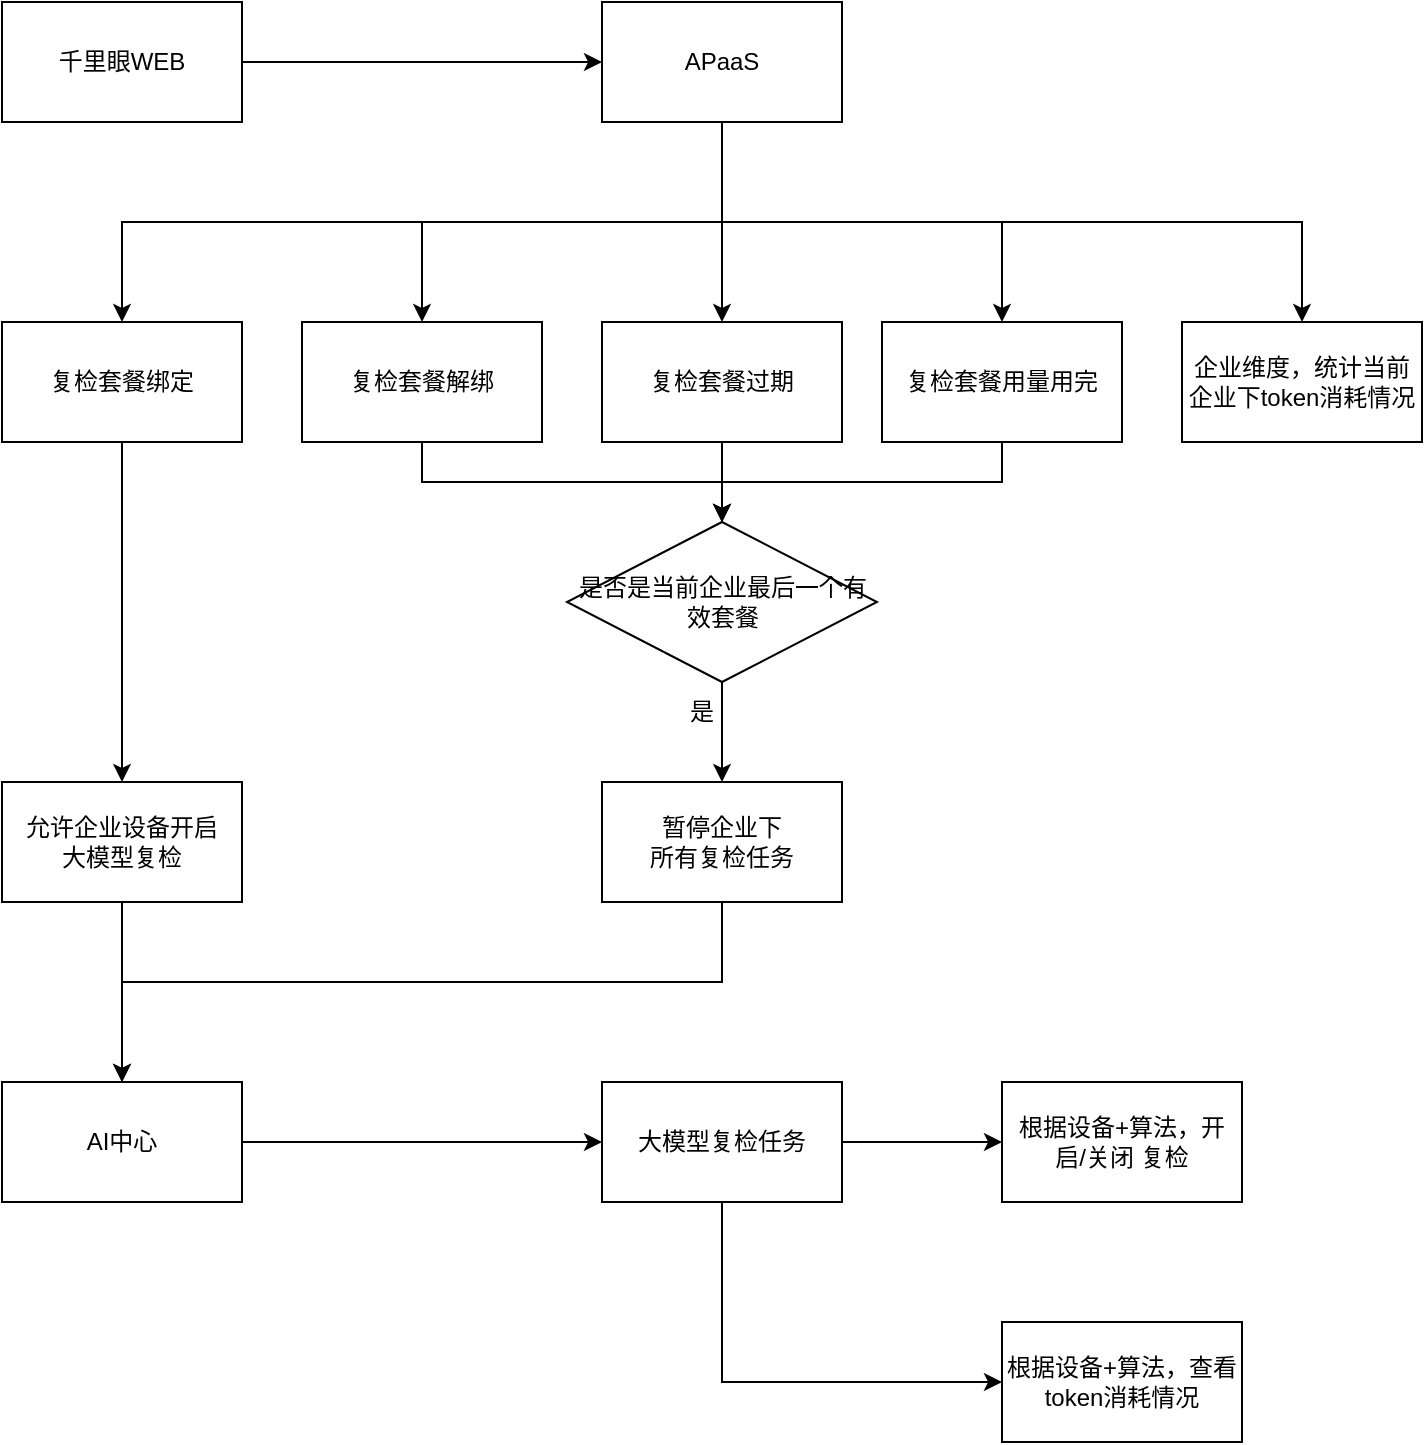
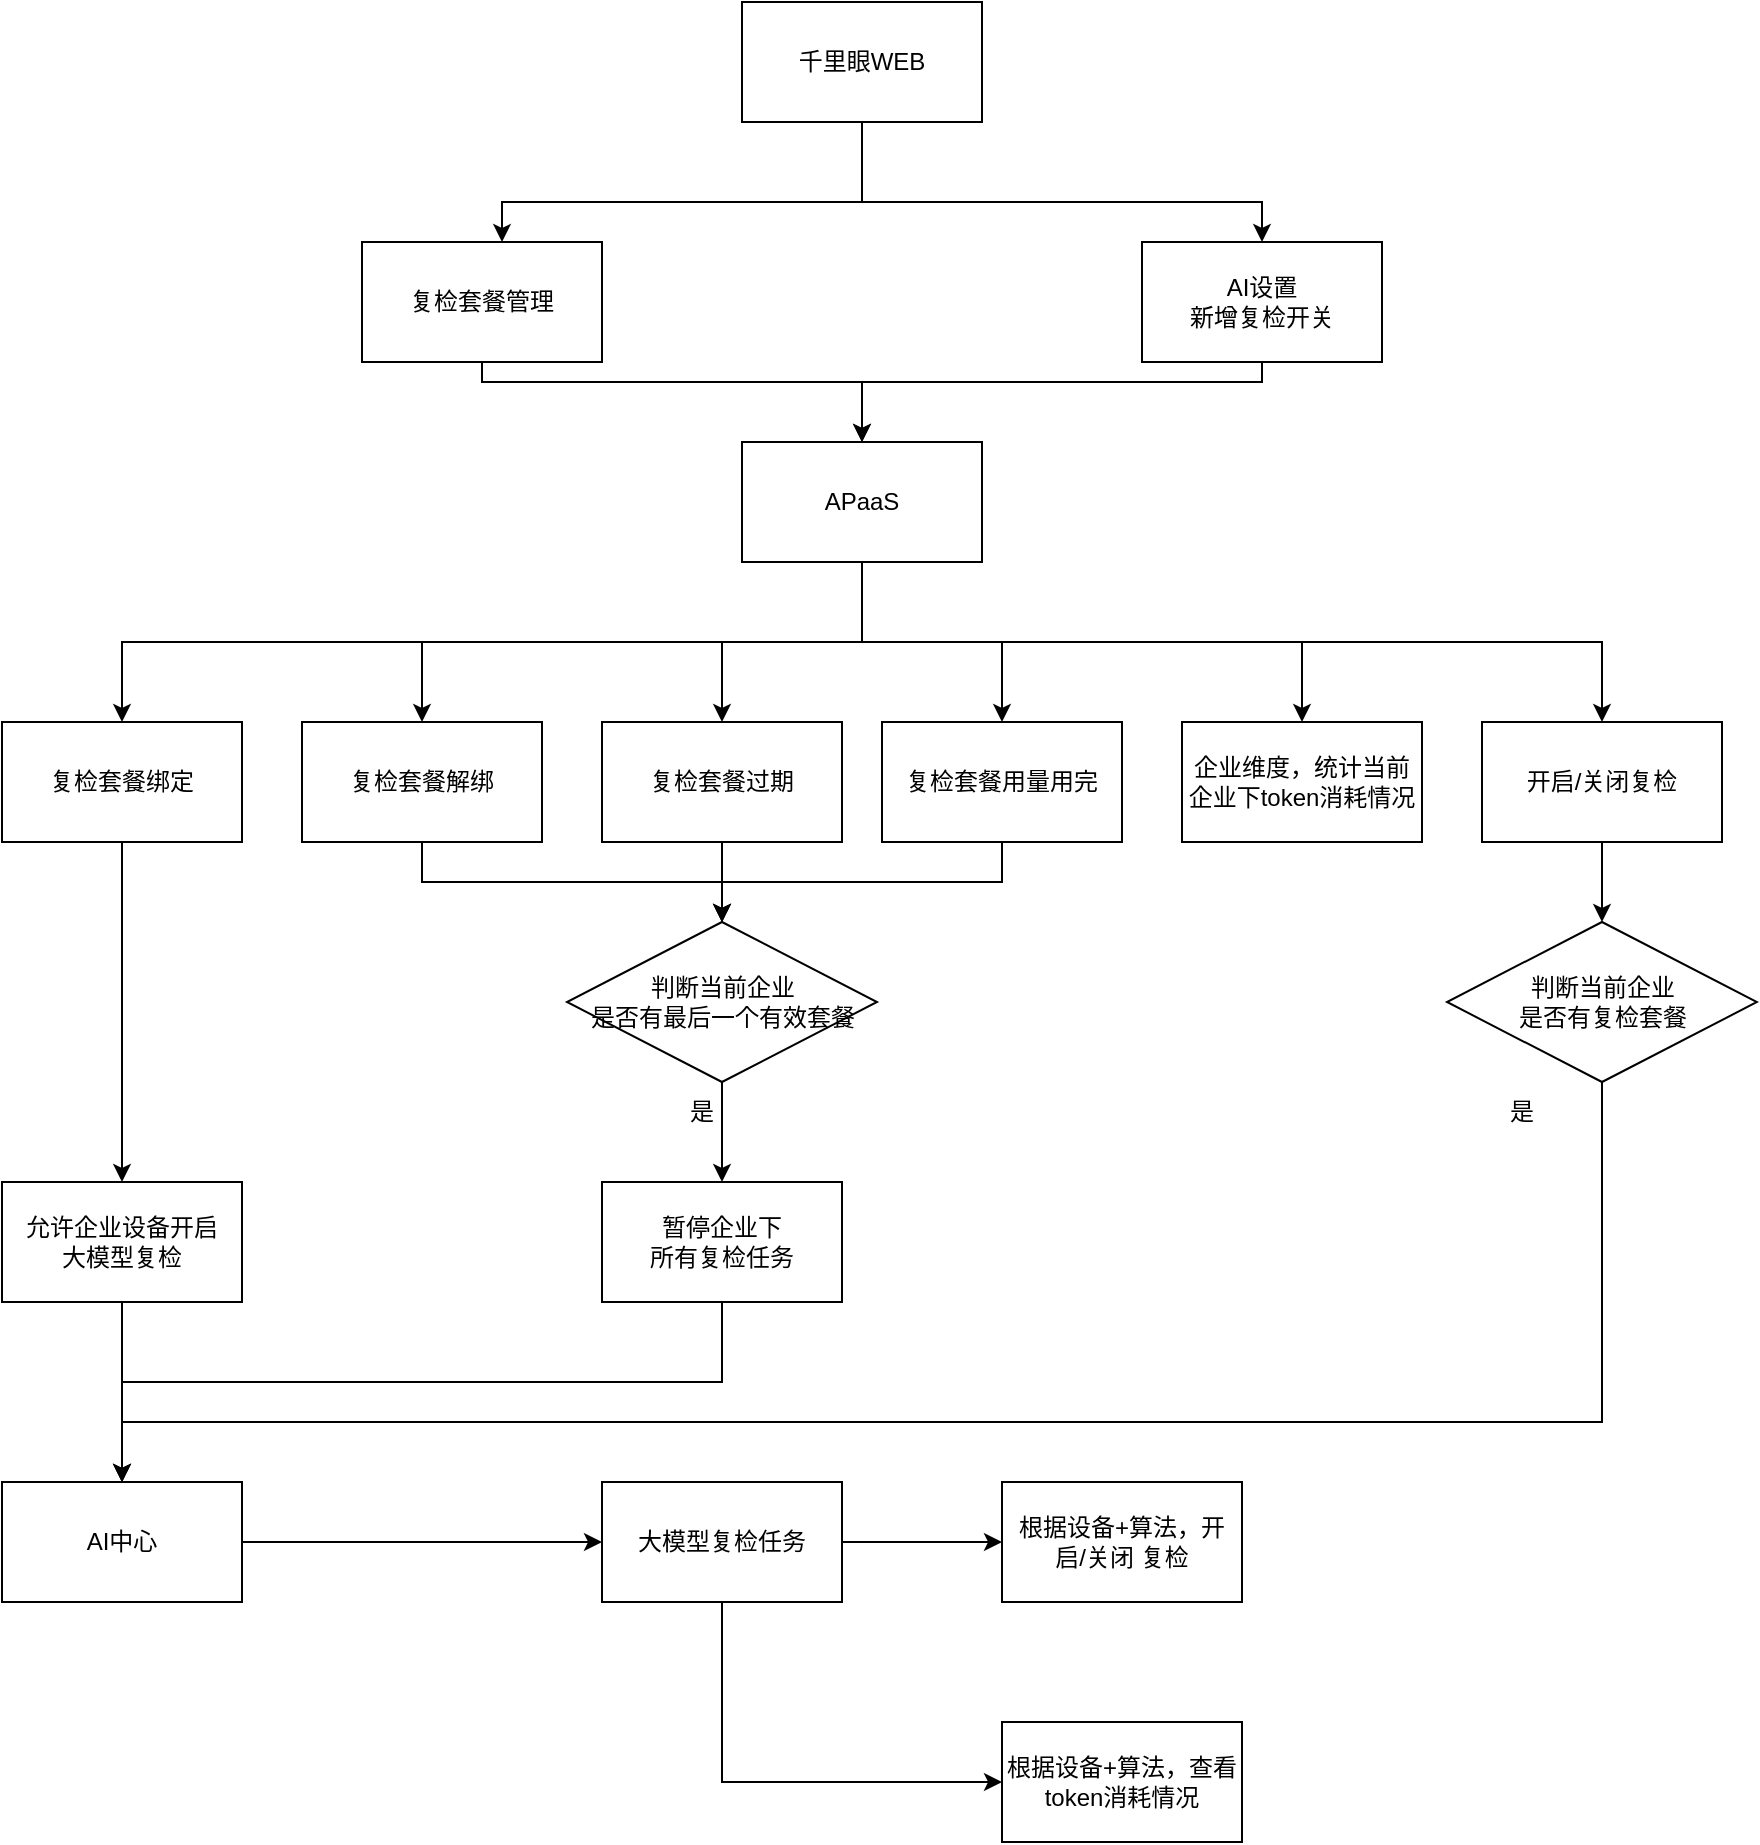
<mxfile host="app.diagrams.net">
  <diagram name="第 1 页" id="B7ahN9cDKbozdCwhIITV">
-     <mxGraphModel dx="999" dy="2343" grid="1" gridSize="10" guides="1" tooltips="1" connect="1" arrows="1" fold="1" page="1" pageScale="1" pageWidth="827" pageHeight="1169" math="0" shadow="0">
+     <mxGraphModel dx="1191" dy="679" grid="1" gridSize="10" guides="1" tooltips="1" connect="1" arrows="1" fold="1" page="1" pageScale="1" pageWidth="827" pageHeight="1169" math="0" shadow="0">
      <root>
        <mxCell id="0" />
        <mxCell id="1" parent="0" />
-         <mxCell id="jgY99621CtuC86DU_Nq7-3" edge="1" parent="1" source="jgY99621CtuC86DU_Nq7-1" style="edgeStyle=orthogonalEdgeStyle;rounded=0;orthogonalLoop=1;jettySize=auto;html=1;" target="jgY99621CtuC86DU_Nq7-2" value="">
-           <mxGeometry relative="1" as="geometry" />
-         </mxCell>
-         <mxCell id="jgY99621CtuC86DU_Nq7-1" parent="1" style="rounded=0;whiteSpace=wrap;html=1;" value="千里眼WEB" vertex="1">
-           <mxGeometry height="60" width="120" x="50" y="220" as="geometry" />
-         </mxCell>
-         <mxCell id="jgY99621CtuC86DU_Nq7-13" edge="1" parent="1" source="jgY99621CtuC86DU_Nq7-2" style="edgeStyle=orthogonalEdgeStyle;rounded=0;orthogonalLoop=1;jettySize=auto;html=1;" target="jgY99621CtuC86DU_Nq7-12" value="">
+         <mxCell id="52GMIBf7cYbBIfFNqWJS-27" edge="1" parent="1" source="jgY99621CtuC86DU_Nq7-1" style="edgeStyle=orthogonalEdgeStyle;rounded=0;orthogonalLoop=1;jettySize=auto;html=1;" target="52GMIBf7cYbBIfFNqWJS-26" value="">
          <mxGeometry relative="1" as="geometry">
            <Array as="points">
-               <mxPoint x="410" y="330" />
-               <mxPoint x="110" y="330" />
+               <mxPoint x="480" y="120" />
+               <mxPoint x="300" y="120" />
            </Array>
          </mxGeometry>
        </mxCell>
-         <mxCell id="52GMIBf7cYbBIfFNqWJS-2" edge="1" parent="1" source="jgY99621CtuC86DU_Nq7-2" style="edgeStyle=orthogonalEdgeStyle;rounded=0;orthogonalLoop=1;jettySize=auto;html=1;entryX=0.5;entryY=0;entryDx=0;entryDy=0;" target="52GMIBf7cYbBIfFNqWJS-1">
+         <mxCell id="52GMIBf7cYbBIfFNqWJS-29" edge="1" parent="1" source="jgY99621CtuC86DU_Nq7-1" style="edgeStyle=orthogonalEdgeStyle;rounded=0;orthogonalLoop=1;jettySize=auto;html=1;" target="52GMIBf7cYbBIfFNqWJS-28">
          <mxGeometry relative="1" as="geometry">
            <Array as="points">
-               <mxPoint x="410" y="330" />
-               <mxPoint x="260" y="330" />
+               <mxPoint x="480" y="120" />
+               <mxPoint x="680" y="120" />
            </Array>
          </mxGeometry>
        </mxCell>
+         <mxCell id="jgY99621CtuC86DU_Nq7-1" parent="1" style="rounded=0;whiteSpace=wrap;html=1;" value="千里眼WEB" vertex="1">
+           <mxGeometry height="60" width="120" x="420" y="20" as="geometry" />
+         </mxCell>
        <mxCell id="52GMIBf7cYbBIfFNqWJS-6" edge="1" parent="1" source="jgY99621CtuC86DU_Nq7-2" style="edgeStyle=orthogonalEdgeStyle;rounded=0;orthogonalLoop=1;jettySize=auto;html=1;entryX=0.5;entryY=0;entryDx=0;entryDy=0;exitX=0.5;exitY=1;exitDx=0;exitDy=0;" target="52GMIBf7cYbBIfFNqWJS-5">
          <mxGeometry relative="1" as="geometry">
+             <Array as="points">
+               <mxPoint x="480" y="340" />
+               <mxPoint x="410" y="340" />
+             </Array>
            <mxPoint x="380" y="340" as="sourcePoint" />
            <mxPoint x="510" y="470" as="targetPoint" />
          </mxGeometry>
        </mxCell>
-         <mxCell id="52GMIBf7cYbBIfFNqWJS-15" edge="1" parent="1" source="jgY99621CtuC86DU_Nq7-2" style="edgeStyle=orthogonalEdgeStyle;rounded=0;orthogonalLoop=1;jettySize=auto;html=1;" target="52GMIBf7cYbBIfFNqWJS-14">
+         <mxCell id="52GMIBf7cYbBIfFNqWJS-34" edge="1" parent="1" source="jgY99621CtuC86DU_Nq7-2" style="edgeStyle=orthogonalEdgeStyle;rounded=0;orthogonalLoop=1;jettySize=auto;html=1;entryX=0.5;entryY=0;entryDx=0;entryDy=0;" target="52GMIBf7cYbBIfFNqWJS-33">
          <mxGeometry relative="1" as="geometry">
            <Array as="points">
-               <mxPoint x="410" y="330" />
-               <mxPoint x="550" y="330" />
+               <mxPoint x="480" y="340" />
+               <mxPoint x="850" y="340" />
            </Array>
          </mxGeometry>
        </mxCell>
-         <mxCell id="52GMIBf7cYbBIfFNqWJS-25" edge="1" parent="1" source="jgY99621CtuC86DU_Nq7-2" style="edgeStyle=orthogonalEdgeStyle;rounded=0;orthogonalLoop=1;jettySize=auto;html=1;" target="52GMIBf7cYbBIfFNqWJS-24" value="">
-           <mxGeometry relative="1" as="geometry">
-             <Array as="points">
-               <mxPoint x="410" y="330" />
-               <mxPoint x="700" y="330" />
-             </Array>
-           </mxGeometry>
+         <mxCell id="52GMIBf7cYbBIfFNqWJS-53" edge="1" parent="1" source="jgY99621CtuC86DU_Nq7-2" style="edgeStyle=orthogonalEdgeStyle;rounded=0;orthogonalLoop=1;jettySize=auto;html=1;exitX=0.5;exitY=1;exitDx=0;exitDy=0;" target="52GMIBf7cYbBIfFNqWJS-14">
+           <mxGeometry relative="1" as="geometry" />
+         </mxCell>
+         <mxCell id="52GMIBf7cYbBIfFNqWJS-54" edge="1" parent="1" source="jgY99621CtuC86DU_Nq7-2" style="edgeStyle=orthogonalEdgeStyle;rounded=0;orthogonalLoop=1;jettySize=auto;html=1;exitX=0.5;exitY=1;exitDx=0;exitDy=0;" target="52GMIBf7cYbBIfFNqWJS-24">
+           <mxGeometry relative="1" as="geometry" />
+         </mxCell>
+         <mxCell id="52GMIBf7cYbBIfFNqWJS-55" edge="1" parent="1" source="jgY99621CtuC86DU_Nq7-2" style="edgeStyle=orthogonalEdgeStyle;rounded=0;orthogonalLoop=1;jettySize=auto;html=1;exitX=0.5;exitY=1;exitDx=0;exitDy=0;entryX=0.5;entryY=0;entryDx=0;entryDy=0;" target="52GMIBf7cYbBIfFNqWJS-1">
+           <mxGeometry relative="1" as="geometry" />
+         </mxCell>
+         <mxCell id="52GMIBf7cYbBIfFNqWJS-56" edge="1" parent="1" source="jgY99621CtuC86DU_Nq7-2" style="edgeStyle=orthogonalEdgeStyle;rounded=0;orthogonalLoop=1;jettySize=auto;html=1;exitX=0.5;exitY=1;exitDx=0;exitDy=0;entryX=0.5;entryY=0;entryDx=0;entryDy=0;" target="jgY99621CtuC86DU_Nq7-12">
+           <mxGeometry relative="1" as="geometry" />
        </mxCell>
        <mxCell id="jgY99621CtuC86DU_Nq7-2" parent="1" style="whiteSpace=wrap;html=1;rounded=0;" value="APaaS" vertex="1">
-           <mxGeometry height="60" width="120" x="350" y="220" as="geometry" />
+           <mxGeometry height="60" width="120" x="420" y="240" as="geometry" />
        </mxCell>
        <mxCell id="jgY99621CtuC86DU_Nq7-7" edge="1" parent="1" source="jgY99621CtuC86DU_Nq7-4" style="edgeStyle=orthogonalEdgeStyle;rounded=0;orthogonalLoop=1;jettySize=auto;html=1;" target="jgY99621CtuC86DU_Nq7-6" value="">
          <mxGeometry relative="1" as="geometry" />
        </mxCell>
        <mxCell id="jgY99621CtuC86DU_Nq7-4" parent="1" style="whiteSpace=wrap;html=1;rounded=0;" value="AI中心" vertex="1">
          <mxGeometry height="60" width="120" x="50" y="760" as="geometry" />
        </mxCell>
        <mxCell id="jgY99621CtuC86DU_Nq7-9" edge="1" parent="1" source="jgY99621CtuC86DU_Nq7-6" style="edgeStyle=orthogonalEdgeStyle;rounded=0;orthogonalLoop=1;jettySize=auto;html=1;" target="jgY99621CtuC86DU_Nq7-8" value="">
          <mxGeometry relative="1" as="geometry" />
        </mxCell>
        <mxCell id="jgY99621CtuC86DU_Nq7-11" edge="1" parent="1" source="jgY99621CtuC86DU_Nq7-6" style="edgeStyle=orthogonalEdgeStyle;rounded=0;orthogonalLoop=1;jettySize=auto;html=1;exitX=0.5;exitY=1;exitDx=0;exitDy=0;" target="jgY99621CtuC86DU_Nq7-10" value="">
          <mxGeometry relative="1" as="geometry">
            <Array as="points">
              <mxPoint x="410" y="910" />
            </Array>
            <mxPoint x="440" y="850" as="sourcePoint" />
          </mxGeometry>
        </mxCell>
        <mxCell id="jgY99621CtuC86DU_Nq7-6" parent="1" style="whiteSpace=wrap;html=1;rounded=0;" value="大模型复检任务" vertex="1">
          <mxGeometry height="60" width="120" x="350" y="760" as="geometry" />
        </mxCell>
        <mxCell id="jgY99621CtuC86DU_Nq7-8" parent="1" style="whiteSpace=wrap;html=1;rounded=0;" value="根据设备+算法，开启/关闭 复检" vertex="1">
          <mxGeometry height="60" width="120" x="550" y="760" as="geometry" />
        </mxCell>
        <mxCell id="jgY99621CtuC86DU_Nq7-10" parent="1" style="whiteSpace=wrap;html=1;rounded=0;" value="根据设备+算法，查看token消耗情况" vertex="1">
          <mxGeometry height="60" width="120" x="550" y="880" as="geometry" />
        </mxCell>
        <mxCell id="52GMIBf7cYbBIfFNqWJS-21" edge="1" parent="1" source="jgY99621CtuC86DU_Nq7-12" style="edgeStyle=orthogonalEdgeStyle;rounded=0;orthogonalLoop=1;jettySize=auto;html=1;" target="52GMIBf7cYbBIfFNqWJS-20" value="">
          <mxGeometry relative="1" as="geometry" />
        </mxCell>
        <mxCell id="jgY99621CtuC86DU_Nq7-12" parent="1" style="whiteSpace=wrap;html=1;rounded=0;" value="复检套餐绑定" vertex="1">
          <mxGeometry height="60" width="120" x="50" y="380" as="geometry" />
        </mxCell>
        <mxCell id="52GMIBf7cYbBIfFNqWJS-4" edge="1" parent="1" source="52GMIBf7cYbBIfFNqWJS-1" style="edgeStyle=orthogonalEdgeStyle;rounded=0;orthogonalLoop=1;jettySize=auto;html=1;" target="52GMIBf7cYbBIfFNqWJS-3" value="">
          <mxGeometry relative="1" as="geometry">
            <Array as="points">
              <mxPoint x="260" y="460" />
              <mxPoint x="410" y="460" />
            </Array>
          </mxGeometry>
        </mxCell>
        <mxCell id="52GMIBf7cYbBIfFNqWJS-1" parent="1" style="whiteSpace=wrap;html=1;rounded=0;" value="复检套餐解绑" vertex="1">
          <mxGeometry height="60" width="120" x="200" y="380" as="geometry" />
        </mxCell>
        <mxCell id="52GMIBf7cYbBIfFNqWJS-8" edge="1" parent="1" source="52GMIBf7cYbBIfFNqWJS-3" style="edgeStyle=orthogonalEdgeStyle;rounded=0;orthogonalLoop=1;jettySize=auto;html=1;" target="52GMIBf7cYbBIfFNqWJS-7" value="">
          <mxGeometry relative="1" as="geometry" />
        </mxCell>
-         <mxCell id="52GMIBf7cYbBIfFNqWJS-3" parent="1" style="rhombus;whiteSpace=wrap;html=1;rounded=0;" value="是否是当前企业最后一个有效套餐" vertex="1">
+         <mxCell id="52GMIBf7cYbBIfFNqWJS-3" parent="1" style="rhombus;whiteSpace=wrap;html=1;rounded=0;" value="判断当前企业&lt;br&gt;是否有最后一个有效套餐" vertex="1">
          <mxGeometry height="80" width="155" x="332.5" y="480" as="geometry" />
        </mxCell>
        <mxCell id="52GMIBf7cYbBIfFNqWJS-19" edge="1" parent="1" source="52GMIBf7cYbBIfFNqWJS-5" style="edgeStyle=orthogonalEdgeStyle;rounded=0;orthogonalLoop=1;jettySize=auto;html=1;" target="52GMIBf7cYbBIfFNqWJS-3" value="">
          <mxGeometry relative="1" as="geometry" />
        </mxCell>
        <mxCell id="52GMIBf7cYbBIfFNqWJS-5" parent="1" style="rounded=0;whiteSpace=wrap;html=1;" value="复检套餐过期" vertex="1">
          <mxGeometry height="60" width="120" x="350" y="380" as="geometry" />
        </mxCell>
        <mxCell id="52GMIBf7cYbBIfFNqWJS-23" edge="1" parent="1" source="52GMIBf7cYbBIfFNqWJS-7" style="edgeStyle=orthogonalEdgeStyle;rounded=0;orthogonalLoop=1;jettySize=auto;html=1;entryX=0.5;entryY=0;entryDx=0;entryDy=0;" target="jgY99621CtuC86DU_Nq7-4">
          <mxGeometry relative="1" as="geometry">
            <Array as="points">
              <mxPoint x="410" y="710" />
              <mxPoint x="110" y="710" />
            </Array>
          </mxGeometry>
        </mxCell>
        <mxCell id="52GMIBf7cYbBIfFNqWJS-7" parent="1" style="rounded=0;whiteSpace=wrap;html=1;" value="暂停企业下&lt;br&gt;所有复检任务" vertex="1">
          <mxGeometry height="60" width="120" x="350" y="610" as="geometry" />
        </mxCell>
        <mxCell id="52GMIBf7cYbBIfFNqWJS-9" parent="1" style="text;html=1;whiteSpace=wrap;strokeColor=none;fillColor=none;align=center;verticalAlign=middle;rounded=0;" value="是" vertex="1">
          <mxGeometry height="30" width="60" x="370" y="560" as="geometry" />
        </mxCell>
        <mxCell id="52GMIBf7cYbBIfFNqWJS-18" edge="1" parent="1" source="52GMIBf7cYbBIfFNqWJS-14" style="edgeStyle=orthogonalEdgeStyle;rounded=0;orthogonalLoop=1;jettySize=auto;html=1;entryX=0.5;entryY=0;entryDx=0;entryDy=0;" target="52GMIBf7cYbBIfFNqWJS-3">
          <mxGeometry relative="1" as="geometry">
            <Array as="points">
              <mxPoint x="550" y="460" />
              <mxPoint x="410" y="460" />
            </Array>
          </mxGeometry>
        </mxCell>
        <mxCell id="52GMIBf7cYbBIfFNqWJS-14" parent="1" style="rounded=0;whiteSpace=wrap;html=1;" value="复检套餐用量用完" vertex="1">
          <mxGeometry height="60" width="120" x="490" y="380" as="geometry" />
        </mxCell>
        <mxCell id="52GMIBf7cYbBIfFNqWJS-22" edge="1" parent="1" source="52GMIBf7cYbBIfFNqWJS-20" style="edgeStyle=orthogonalEdgeStyle;rounded=0;orthogonalLoop=1;jettySize=auto;html=1;" target="jgY99621CtuC86DU_Nq7-4">
          <mxGeometry relative="1" as="geometry" />
        </mxCell>
        <mxCell id="52GMIBf7cYbBIfFNqWJS-20" parent="1" style="rounded=0;whiteSpace=wrap;html=1;" value="允许企业设备开启&lt;br&gt;大模型复检" vertex="1">
          <mxGeometry height="60" width="120" x="50" y="610" as="geometry" />
        </mxCell>
        <mxCell id="52GMIBf7cYbBIfFNqWJS-24" parent="1" style="whiteSpace=wrap;html=1;rounded=0;" value="企业维度，统计当前企业下token消耗情况" vertex="1">
          <mxGeometry height="60" width="120" x="640" y="380" as="geometry" />
        </mxCell>
+         <mxCell id="52GMIBf7cYbBIfFNqWJS-30" edge="1" parent="1" source="52GMIBf7cYbBIfFNqWJS-26" style="edgeStyle=orthogonalEdgeStyle;rounded=0;orthogonalLoop=1;jettySize=auto;html=1;entryX=0.5;entryY=0;entryDx=0;entryDy=0;" target="jgY99621CtuC86DU_Nq7-2">
+           <mxGeometry relative="1" as="geometry">
+             <Array as="points">
+               <mxPoint x="290" y="210" />
+               <mxPoint x="480" y="210" />
+             </Array>
+           </mxGeometry>
+         </mxCell>
+         <mxCell id="52GMIBf7cYbBIfFNqWJS-26" parent="1" style="whiteSpace=wrap;html=1;rounded=0;" value="复检套餐管理" vertex="1">
+           <mxGeometry height="60" width="120" x="230" y="140" as="geometry" />
+         </mxCell>
+         <mxCell id="52GMIBf7cYbBIfFNqWJS-32" edge="1" parent="1" source="52GMIBf7cYbBIfFNqWJS-28" style="edgeStyle=orthogonalEdgeStyle;rounded=0;orthogonalLoop=1;jettySize=auto;html=1;entryX=0.5;entryY=0;entryDx=0;entryDy=0;" target="jgY99621CtuC86DU_Nq7-2">
+           <mxGeometry relative="1" as="geometry">
+             <Array as="points">
+               <mxPoint x="680" y="210" />
+               <mxPoint x="480" y="210" />
+             </Array>
+           </mxGeometry>
+         </mxCell>
+         <mxCell id="52GMIBf7cYbBIfFNqWJS-28" parent="1" style="whiteSpace=wrap;html=1;rounded=0;" value="AI设置&lt;br&gt;新增复检开关" vertex="1">
+           <mxGeometry height="60" width="120" x="620" y="140" as="geometry" />
+         </mxCell>
+         <mxCell id="52GMIBf7cYbBIfFNqWJS-36" edge="1" parent="1" source="52GMIBf7cYbBIfFNqWJS-33" style="edgeStyle=orthogonalEdgeStyle;rounded=0;orthogonalLoop=1;jettySize=auto;html=1;" target="52GMIBf7cYbBIfFNqWJS-35" value="">
+           <mxGeometry relative="1" as="geometry" />
+         </mxCell>
+         <mxCell id="52GMIBf7cYbBIfFNqWJS-33" parent="1" style="whiteSpace=wrap;html=1;rounded=0;" value="开启/关闭复检" vertex="1">
+           <mxGeometry height="60" width="120" x="790" y="380" as="geometry" />
+         </mxCell>
+         <mxCell id="52GMIBf7cYbBIfFNqWJS-39" edge="1" parent="1" source="52GMIBf7cYbBIfFNqWJS-35" style="edgeStyle=orthogonalEdgeStyle;rounded=0;orthogonalLoop=1;jettySize=auto;html=1;entryX=0.5;entryY=0;entryDx=0;entryDy=0;exitX=0.5;exitY=1;exitDx=0;exitDy=0;" target="jgY99621CtuC86DU_Nq7-4">
+           <mxGeometry relative="1" as="geometry">
+             <Array as="points">
+               <mxPoint x="850" y="730" />
+               <mxPoint x="110" y="730" />
+             </Array>
+           </mxGeometry>
+         </mxCell>
+         <mxCell id="52GMIBf7cYbBIfFNqWJS-35" parent="1" style="rhombus;whiteSpace=wrap;html=1;rounded=0;" value="判断当前企业&lt;br&gt;是否有复检套餐" vertex="1">
+           <mxGeometry height="80" width="155" x="772.5" y="480" as="geometry" />
+         </mxCell>
+         <mxCell id="52GMIBf7cYbBIfFNqWJS-37" parent="1" style="text;html=1;whiteSpace=wrap;strokeColor=none;fillColor=none;align=center;verticalAlign=middle;rounded=0;" value="是" vertex="1">
+           <mxGeometry height="30" width="60" x="780" y="560" as="geometry" />
+         </mxCell>
      </root>
    </mxGraphModel>
  </diagram>
</mxfile>
